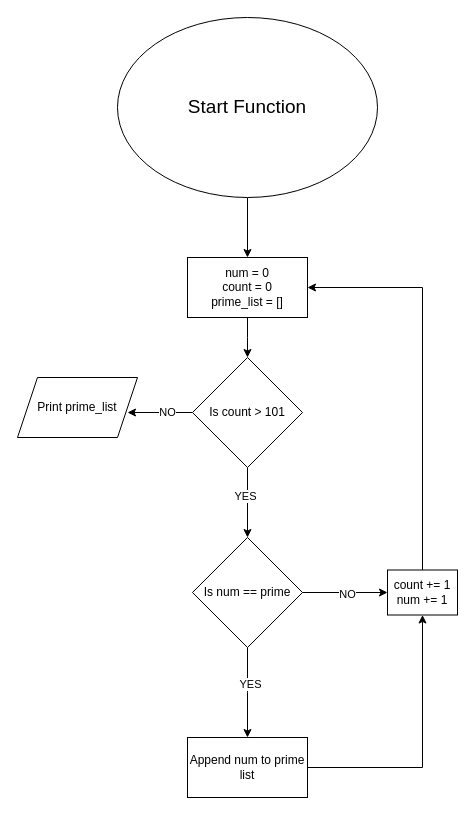
Above: workbook/Untitled Diagram.drawio in BenDavies1218/Python (draw.io), before the change. Source tidied: cells renumbered, new cells numbered last; positions are measured from the earlier drawing's top-left corner, leaving out a move shared by most shapes. Both pictures are drawn from the tidied source at 100%, with x=0, y=0 at pixel (17, 17).
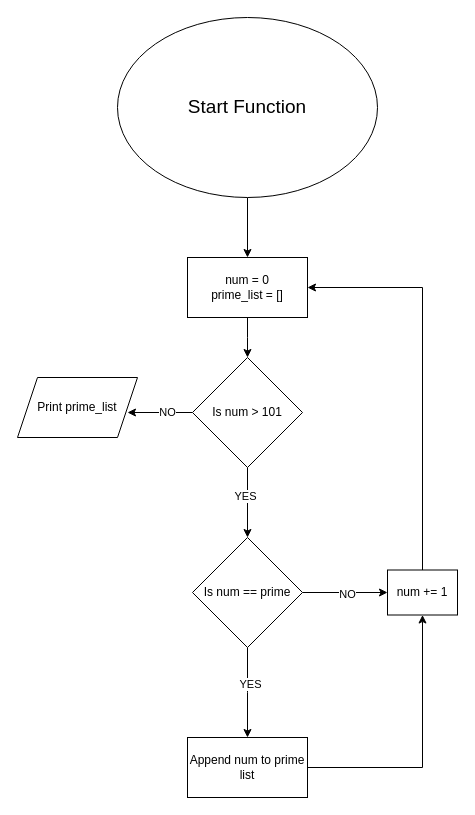
The same diagram, later.

Change to the diagram source:
```diff
@@
-    <mxCell id="5" value="num = 0&lt;br&gt;count = 0&lt;br&gt;prime_list = []" style="rounded=0;whiteSpace=wrap;html=1;" parent="1" vertex="1">
+    <mxCell id="5" value="num = 0&lt;br&gt;prime_list = []" style="rounded=0;whiteSpace=wrap;html=1;" parent="1" vertex="1">
       <mxGeometry x="170" y="240" width="120" height="60" as="geometry" />
     </mxCell>
@@
-    <mxCell id="10" value="Is count &amp;gt; 101" style="rhombus;whiteSpace=wrap;html=1;" parent="1" vertex="1">
+    <mxCell id="10" value="Is num &amp;gt; 101" style="rhombus;whiteSpace=wrap;html=1;" parent="1" vertex="1">
       <mxGeometry x="175" y="340" width="110" height="110" as="geometry" />
     </mxCell>
@@
-    <mxCell id="18" value="count += 1&lt;br&gt;num += 1" style="rounded=0;whiteSpace=wrap;html=1;" parent="1" vertex="1">
+    <mxCell id="18" value="num += 1" style="rounded=0;whiteSpace=wrap;html=1;" parent="1" vertex="1">
       <mxGeometry x="370" y="552.5" width="70" height="45" as="geometry" />
     </mxCell>
```
